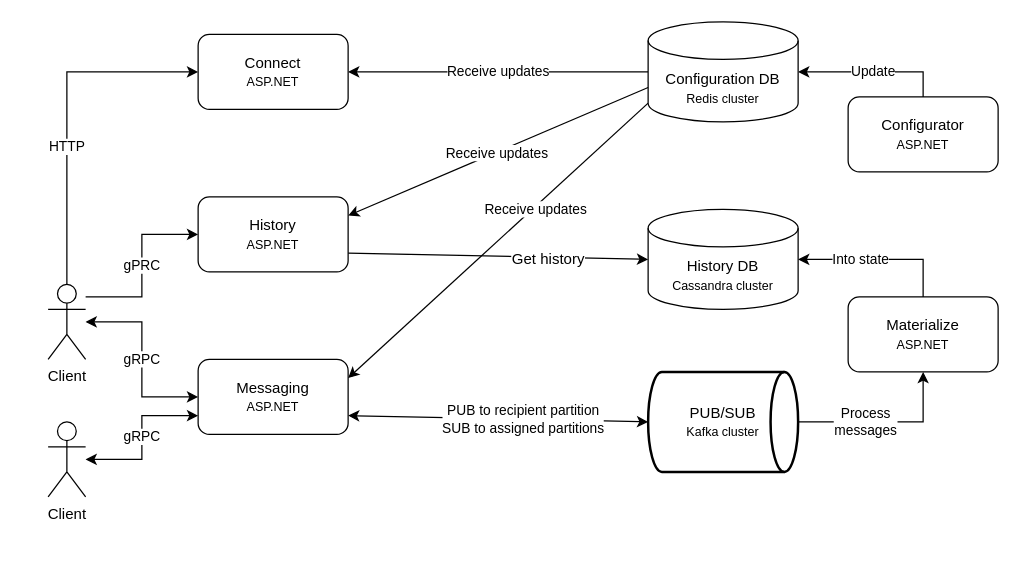
Earlier version of the draw.io diagram docs/diagrams/cecochat-01-overall.drawio (cvetomir-todorov/CecoChat). Source tidied: cells renumbered, new cells numbered last; positions are measured from the earlier drawing's top-left corner, leaving out a move shared by most shapes. Both pictures are drawn from the tidied source at 125%, with x=0, y=0 at pixel (48, 21).
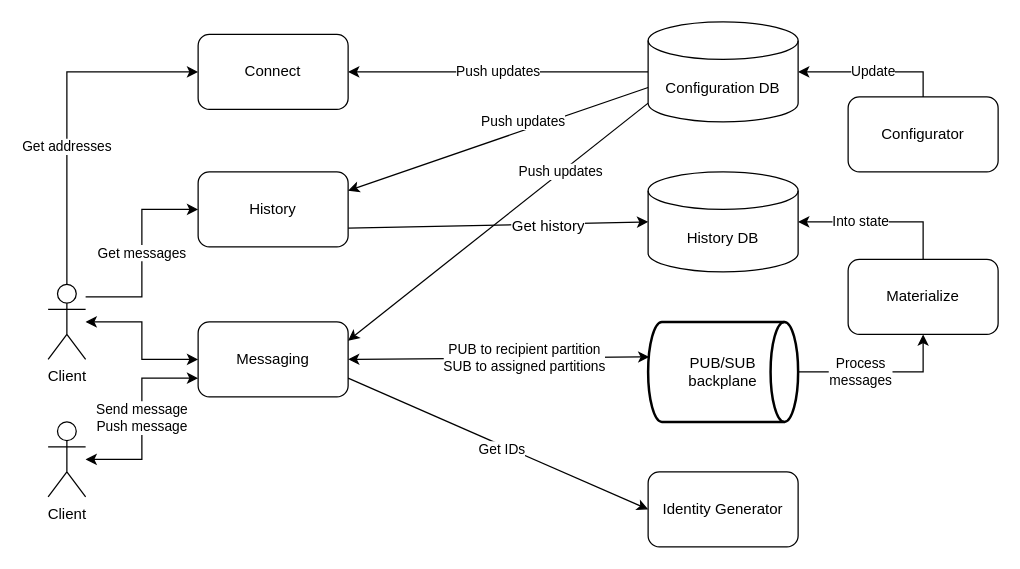
The same diagram, later.

Unchanged cells that the change refers to:
```xml
<mxCell id="5" value="Client" style="shape=umlActor;verticalLabelPosition=bottom;verticalAlign=top;html=1;outlineConnect=0;" parent="1" vertex="1">
  <mxGeometry y="210" width="30" height="60" as="geometry" />
</mxCell>
<mxCell id="7" value="Client" style="shape=umlActor;verticalLabelPosition=bottom;verticalAlign=top;html=1;outlineConnect=0;" parent="1" vertex="1">
  <mxGeometry y="320" width="30" height="60" as="geometry" />
</mxCell>
```

The edit, as a diff of the source:
```diff
@@
-    <mxCell id="2" value="gRPC" style="edgeStyle=orthogonalEdgeStyle;rounded=0;jettySize=auto;html=1;entryX=0;entryY=0.5;entryDx=0;entryDy=0;startArrow=classic;startFill=1;" parent="1" edge="1" source="5" target="9">
+    <mxCell id="2" style="edgeStyle=orthogonalEdgeStyle;rounded=0;jettySize=auto;html=1;entryX=0;entryY=0.5;entryDx=0;entryDy=0;startArrow=classic;startFill=1;" parent="1" edge="1" source="5" target="9">
       <mxGeometry relative="1" as="geometry" />
     </mxCell>
-    <mxCell id="3" value="HTTP" style="edgeStyle=orthogonalEdgeStyle;rounded=0;jettySize=auto;html=1;entryX=0;entryY=0.5;entryDx=0;entryDy=0;" parent="1" edge="1" source="5" target="15">
+    <mxCell id="3" value="Get addresses" style="edgeStyle=orthogonalEdgeStyle;rounded=0;jettySize=auto;html=1;entryX=0;entryY=0.5;entryDx=0;entryDy=0;" parent="1" edge="1" source="5" target="15">
       <mxGeometry x="-0.2" relative="1" as="geometry">
         <Array as="points">
           <mxPoint x="15" y="40" />
         </Array>
       </mxGeometry>
     </mxCell>
-    <mxCell id="4" value="gPRC" style="edgeStyle=orthogonalEdgeStyle;rounded=0;jettySize=auto;html=1;entryX=0;entryY=0.5;entryDx=0;entryDy=0;" parent="1" edge="1" source="5" target="22">
+    <mxCell id="4" value="Get messages" style="edgeStyle=orthogonalEdgeStyle;rounded=0;jettySize=auto;html=1;entryX=0;entryY=0.5;entryDx=0;entryDy=0;" parent="1" edge="1" source="5" target="22">
       <mxGeometry relative="1" as="geometry">
         <Array as="points">
           <mxPoint x="75" y="220" />
-          <mxPoint x="75" y="170" />
+          <mxPoint x="75" y="150" />
         </Array>
       </mxGeometry>
     </mxCell>
@@
-    <mxCell id="6" value="gRPC" style="edgeStyle=orthogonalEdgeStyle;rounded=0;jettySize=auto;html=1;entryX=0;entryY=0.75;entryDx=0;entryDy=0;startArrow=classic;startFill=1;" parent="1" edge="1" source="7" target="9">
+    <mxCell id="6" value="Send message&lt;br&gt;Push message" style="edgeStyle=orthogonalEdgeStyle;rounded=0;jettySize=auto;html=1;entryX=0;entryY=0.75;entryDx=0;entryDy=0;startArrow=classic;startFill=1;" parent="1" edge="1" source="7" target="9">
       <mxGeometry relative="1" as="geometry" />
     </mxCell>
@@
-    <mxCell id="8" value="PUB to recipient partition&lt;br&gt;&lt;div&gt;SUB to assigned partitions&lt;/div&gt;" style="rounded=0;jettySize=auto;html=1;entryX=0;entryY=0.5;entryDx=0;entryDy=0;entryPerimeter=0;startArrow=classic;startFill=1;exitX=1;exitY=0.75;exitDx=0;exitDy=0;" parent="1" edge="1" source="9" target="11">
+    <mxCell id="8" value="PUB to recipient partition&lt;br&gt;&lt;div&gt;SUB to assigned partitions&lt;/div&gt;" style="rounded=0;jettySize=auto;html=1;entryX=0.008;entryY=0.35;entryDx=0;entryDy=0;entryPerimeter=0;startArrow=classic;startFill=1;exitX=1;exitY=0.5;exitDx=0;exitDy=0;" parent="1" edge="1" source="9" target="11">
       <mxGeometry x="0.17" relative="1" as="geometry" />
     </mxCell>
-    <mxCell id="9" value="&lt;font style=&quot;font-size: 12px&quot;&gt;Messaging&lt;/font&gt;&lt;br&gt;&lt;font style=&quot;font-size: 10px&quot;&gt;ASP.NET&lt;/font&gt;" style="rounded=1;whiteSpace=wrap;html=1;" parent="1" vertex="1">
-      <mxGeometry x="120" y="270" width="120" height="60" as="geometry" />
+    <mxCell id="9" value="&lt;font style=&quot;font-size: 12px&quot;&gt;Messaging&lt;/font&gt;" style="rounded=1;whiteSpace=wrap;html=1;" parent="1" vertex="1">
+      <mxGeometry x="120" y="240" width="120" height="60" as="geometry" />
     </mxCell>
@@
-    <mxCell id="11" value="PUB/SUB&lt;br&gt;&lt;font style=&quot;font-size: 10px&quot;&gt;Kafka cluster&lt;/font&gt;" style="strokeWidth=2;html=1;shape=mxgraph.flowchart.direct_data;whiteSpace=wrap;" parent="1" vertex="1">
-      <mxGeometry x="480" y="280" width="120" height="80" as="geometry" />
+    <mxCell id="11" value="PUB/SUB&lt;br&gt;backplane" style="strokeWidth=2;html=1;shape=mxgraph.flowchart.direct_data;whiteSpace=wrap;" parent="1" vertex="1">
+      <mxGeometry x="480" y="240" width="120" height="80" as="geometry" />
     </mxCell>
-    <mxCell id="12" value="History DB&lt;br&gt;&lt;font style=&quot;font-size: 10px&quot;&gt;Cassandra cluster&lt;/font&gt;" style="shape=cylinder3;whiteSpace=wrap;html=1;boundedLbl=1;backgroundOutline=1;size=15;" parent="1" vertex="1">
-      <mxGeometry x="480" y="150" width="120" height="80" as="geometry" />
+    <mxCell id="12" value="History DB" style="shape=cylinder3;whiteSpace=wrap;html=1;boundedLbl=1;backgroundOutline=1;size=15;" parent="1" vertex="1">
+      <mxGeometry x="480" y="120" width="120" height="80" as="geometry" />
     </mxCell>
@@
-    <mxCell id="14" value="Receive updates" style="edgeStyle=orthogonalEdgeStyle;rounded=0;jettySize=auto;html=1;entryX=0;entryY=0.5;entryDx=0;entryDy=0;entryPerimeter=0;exitX=1;exitY=0.5;exitDx=0;exitDy=0;startArrow=classic;startFill=1;endArrow=none;endFill=0;" parent="1" edge="1" source="15" target="21">
+    <mxCell id="14" value="Push updates" style="edgeStyle=orthogonalEdgeStyle;rounded=0;jettySize=auto;html=1;entryX=0;entryY=0.5;entryDx=0;entryDy=0;entryPerimeter=0;exitX=1;exitY=0.5;exitDx=0;exitDy=0;startArrow=classic;startFill=1;endArrow=none;endFill=0;" parent="1" edge="1" source="15" target="21">
       <mxGeometry relative="1" as="geometry">
         <Array as="points">
           <mxPoint x="360" y="40" />
           <mxPoint x="360" y="40" />
         </Array>
       </mxGeometry>
     </mxCell>
-    <mxCell id="15" value="&lt;font style=&quot;font-size: 12px&quot;&gt;Connect&lt;/font&gt;&lt;br&gt;&lt;font style=&quot;font-size: 10px&quot;&gt;ASP.NET&lt;/font&gt;" style="rounded=1;whiteSpace=wrap;html=1;" parent="1" vertex="1">
+    <mxCell id="15" value="&lt;font style=&quot;font-size: 12px&quot;&gt;Connect&lt;br&gt;&lt;/font&gt;" style="rounded=1;whiteSpace=wrap;html=1;" parent="1" vertex="1">
       <mxGeometry x="120" y="10" width="120" height="60" as="geometry" />
     </mxCell>
     <mxCell id="16" value="Into state" style="edgeStyle=orthogonalEdgeStyle;rounded=0;jettySize=auto;html=1;entryX=1;entryY=0.5;entryDx=0;entryDy=0;entryPerimeter=0;exitX=0.5;exitY=0;exitDx=0;exitDy=0;" parent="1" edge="1" source="17" target="12">
       <mxGeometry x="0.23" relative="1" as="geometry">
         <Array as="points">
-          <mxPoint x="700" y="190" />
+          <mxPoint x="700" y="160" />
         </Array>
       </mxGeometry>
     </mxCell>
-    <mxCell id="17" value="Materialize&lt;br&gt;&lt;font style=&quot;font-size: 10px&quot;&gt;ASP.NET&lt;/font&gt;" style="rounded=1;whiteSpace=wrap;html=1;" parent="1" vertex="1">
-      <mxGeometry x="640" y="220" width="120" height="60" as="geometry" />
+    <mxCell id="17" value="Materialize" style="rounded=1;whiteSpace=wrap;html=1;" parent="1" vertex="1">
+      <mxGeometry x="640" y="190" width="120" height="60" as="geometry" />
     </mxCell>
@@
-    <mxCell id="19" value="Configurator&lt;br&gt;&lt;font style=&quot;font-size: 10px&quot;&gt;ASP.NET&lt;/font&gt;" style="rounded=1;whiteSpace=wrap;html=1;" parent="1" vertex="1">
+    <mxCell id="19" value="Configurator" style="rounded=1;whiteSpace=wrap;html=1;" parent="1" vertex="1">
       <mxGeometry x="640" y="60" width="120" height="60" as="geometry" />
     </mxCell>
-    <mxCell id="20" value="Receive updates" style="endArrow=classic;html=1;exitX=0;exitY=1;exitDx=0;exitDy=-15;entryX=1;entryY=0.25;entryDx=0;entryDy=0;exitPerimeter=0;" parent="1" edge="1" source="21" target="9">
-      <mxGeometry x="-0.24" y="2" relative="1" as="geometry" />
+    <mxCell id="20" value="Push updates" style="endArrow=classic;html=1;exitX=0;exitY=1;exitDx=0;exitDy=-15;entryX=1;entryY=0.25;entryDx=0;entryDy=0;exitPerimeter=0;" parent="1" edge="1" source="21" target="9">
+      <mxGeometry x="-0.42" relative="1" as="geometry" />
     </mxCell>
-    <mxCell id="21" value="Configuration DB&lt;br&gt;&lt;font style=&quot;font-size: 10px&quot;&gt;Redis cluster&lt;/font&gt;" style="shape=cylinder3;whiteSpace=wrap;html=1;boundedLbl=1;backgroundOutline=1;size=15;" parent="1" vertex="1">
+    <mxCell id="21" value="Configuration DB" style="shape=cylinder3;whiteSpace=wrap;html=1;boundedLbl=1;backgroundOutline=1;size=15;" parent="1" vertex="1">
       <mxGeometry x="480" width="120" height="80" as="geometry" />
     </mxCell>
-    <mxCell id="22" value="&lt;font style=&quot;font-size: 12px&quot;&gt;History&lt;/font&gt;&lt;br&gt;&lt;font style=&quot;font-size: 10px&quot;&gt;ASP.NET&lt;/font&gt;" style="rounded=1;whiteSpace=wrap;html=1;" parent="1" vertex="1">
-      <mxGeometry x="120" y="140" width="120" height="60" as="geometry" />
+    <mxCell id="22" value="&lt;font style=&quot;font-size: 12px&quot;&gt;History&lt;/font&gt;" style="rounded=1;whiteSpace=wrap;html=1;" parent="1" vertex="1">
+      <mxGeometry x="120" y="120" width="120" height="60" as="geometry" />
     </mxCell>
-    <mxCell id="23" value="Receive updates" style="endArrow=classic;html=1;exitX=0;exitY=0;exitDx=0;exitDy=52.5;entryX=1;entryY=0.25;entryDx=0;entryDy=0;exitPerimeter=0;" parent="1" edge="1" source="21" target="22">
-      <mxGeometry x="0.01" y="1" relative="1" as="geometry" />
+    <mxCell id="23" value="Push updates" style="endArrow=classic;html=1;exitX=0;exitY=0;exitDx=0;exitDy=52.5;entryX=1;entryY=0.25;entryDx=0;entryDy=0;exitPerimeter=0;" parent="1" edge="1" source="21" target="22">
+      <mxGeometry x="-0.18" y="-7" relative="1" as="geometry">
+        <mxPoint x="1" as="offset" />
+      </mxGeometry>
     </mxCell>
+    <mxCell id="24" value="&lt;font style=&quot;font-size: 12px&quot;&gt;Identity Generator&lt;/font&gt;" style="rounded=1;whiteSpace=wrap;html=1;" parent="1" vertex="1">
+      <mxGeometry x="480" y="360" width="120" height="60" as="geometry" />
+    </mxCell>
+    <mxCell id="25" value="Get IDs" style="endArrow=classic;html=1;exitX=1;exitY=0.75;exitDx=0;exitDy=0;entryX=0;entryY=0.5;entryDx=0;entryDy=0;" parent="1" edge="1" source="9" target="24">
+      <mxGeometry x="0.04" y="-3" relative="1" as="geometry" />
+    </mxCell>
```
